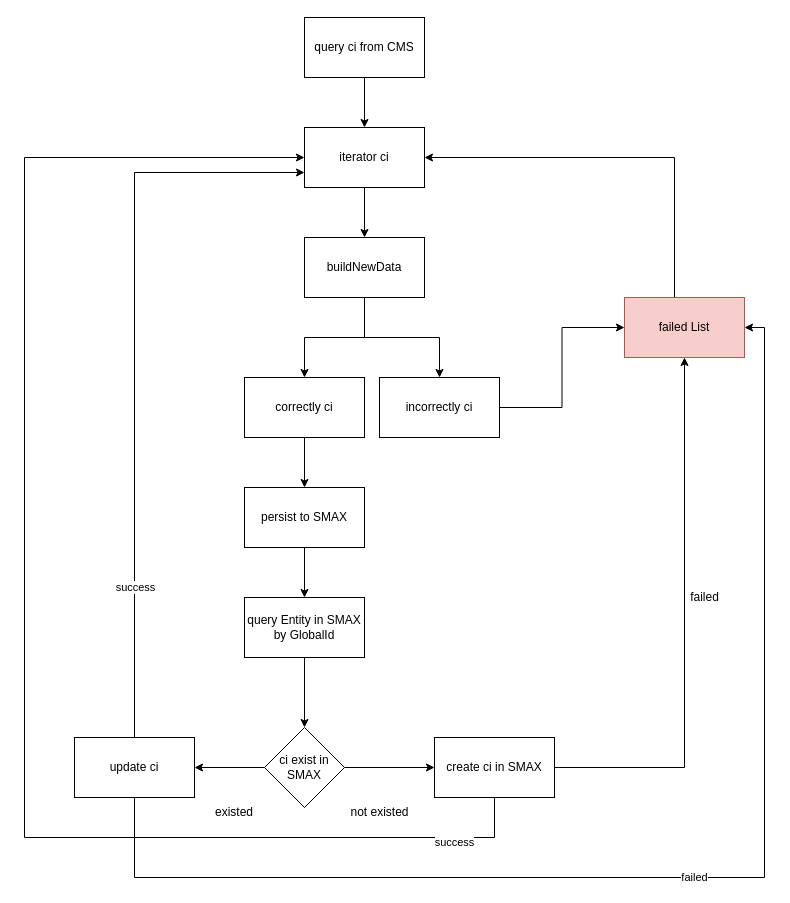
Before: cms2smax.drawio in Skylar-shanghai/diagrams, a draw.io diagram. Source tidied: cells renumbered, new cells numbered last; positions are measured from the earlier drawing's top-left corner, leaving out a move shared by most shapes. Both pictures are drawn from the tidied source at 100%, with x=0, y=0 at pixel (24, 17).
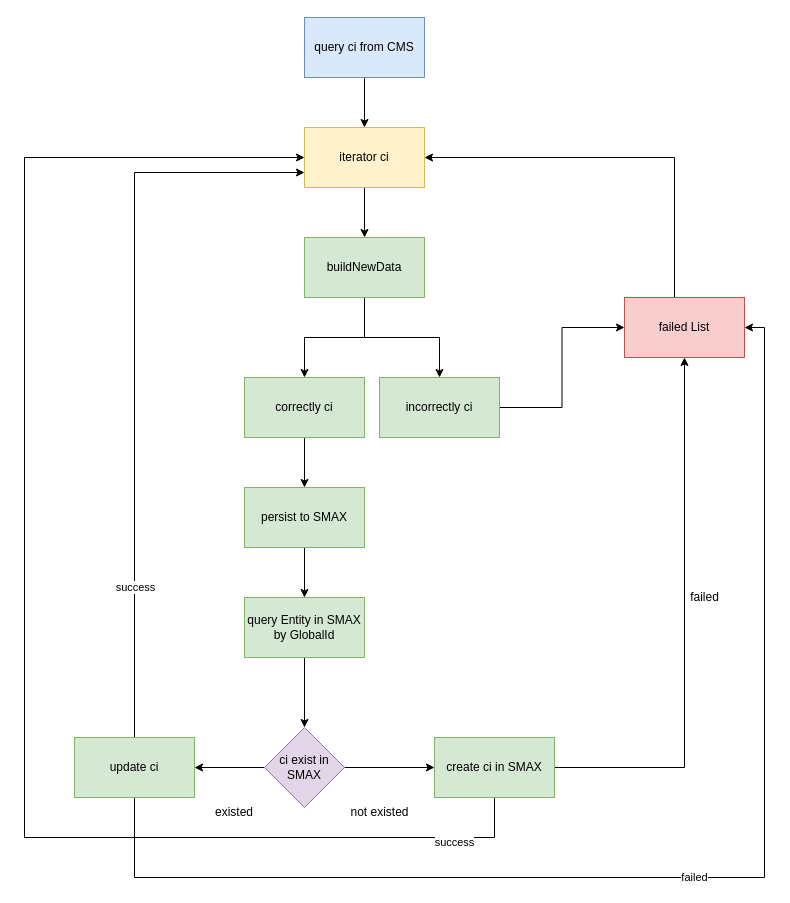
The same diagram, later.

The edit, as a diff of the source:
```diff
@@
-    <mxCell id="3" value="query ci from CMS" style="rounded=0;whiteSpace=wrap;html=1;" parent="1" vertex="1">
+    <mxCell id="3" value="query ci from CMS" style="rounded=0;whiteSpace=wrap;html=1;fillColor=#dae8fc;strokeColor=#6c8ebf;" parent="1" vertex="1">
       <mxGeometry x="280" width="120" height="60" as="geometry" />
     </mxCell>
@@
-    <mxCell id="5" value="iterator ci" style="rounded=0;whiteSpace=wrap;html=1;" parent="1" vertex="1">
+    <mxCell id="5" value="iterator ci" style="rounded=0;whiteSpace=wrap;html=1;fillColor=#fff2cc;strokeColor=#d6b656;" parent="1" vertex="1">
       <mxGeometry x="280" y="110" width="120" height="60" as="geometry" />
     </mxCell>
@@
-    <mxCell id="8" value="buildNewData" style="rounded=0;whiteSpace=wrap;html=1;" parent="1" vertex="1">
+    <mxCell id="8" value="buildNewData" style="rounded=0;whiteSpace=wrap;html=1;fillColor=#d5e8d4;strokeColor=#82b366;" parent="1" vertex="1">
       <mxGeometry x="280" y="220" width="120" height="60" as="geometry" />
     </mxCell>
@@
-    <mxCell id="10" value="correctly ci" style="rounded=0;whiteSpace=wrap;html=1;" parent="1" vertex="1">
+    <mxCell id="10" value="correctly ci" style="rounded=0;whiteSpace=wrap;html=1;fillColor=#d5e8d4;strokeColor=#82b366;" parent="1" vertex="1">
       <mxGeometry x="220" y="360" width="120" height="60" as="geometry" />
     </mxCell>
@@
-    <mxCell id="12" value="incorrectly ci" style="rounded=0;whiteSpace=wrap;html=1;" parent="1" vertex="1">
+    <mxCell id="12" value="incorrectly ci" style="rounded=0;whiteSpace=wrap;html=1;fillColor=#d5e8d4;strokeColor=#82b366;" parent="1" vertex="1">
       <mxGeometry x="355" y="360" width="120" height="60" as="geometry" />
     </mxCell>
@@
-    <mxCell id="16" value="persist to SMAX" style="rounded=0;whiteSpace=wrap;html=1;" parent="1" vertex="1">
+    <mxCell id="16" value="persist to SMAX" style="rounded=0;whiteSpace=wrap;html=1;fillColor=#d5e8d4;strokeColor=#82b366;" parent="1" vertex="1">
       <mxGeometry x="220" y="470" width="120" height="60" as="geometry" />
     </mxCell>
@@
-    <mxCell id="18" value="query Entity in SMAX by GlobalId" style="rounded=0;whiteSpace=wrap;html=1;" parent="1" vertex="1">
+    <mxCell id="18" value="query Entity in SMAX by GlobalId" style="rounded=0;whiteSpace=wrap;html=1;fillColor=#d5e8d4;strokeColor=#82b366;" parent="1" vertex="1">
       <mxGeometry x="220" y="580" width="120" height="60" as="geometry" />
     </mxCell>
@@
-    <mxCell id="21" value="ci exist in SMAX" style="rhombus;whiteSpace=wrap;html=1;rounded=0;" parent="1" vertex="1">
+    <mxCell id="21" value="ci exist in SMAX" style="rhombus;whiteSpace=wrap;html=1;rounded=0;fillColor=#e1d5e7;strokeColor=#9673a6;" parent="1" vertex="1">
       <mxGeometry x="240" y="710" width="80" height="80" as="geometry" />
     </mxCell>
@@
-    <mxCell id="25" value="update ci" style="whiteSpace=wrap;html=1;rounded=0;" parent="1" vertex="1">
+    <mxCell id="25" value="update ci" style="whiteSpace=wrap;html=1;rounded=0;fillColor=#d5e8d4;strokeColor=#82b366;" parent="1" vertex="1">
       <mxGeometry x="50" y="720" width="120" height="60" as="geometry" />
     </mxCell>
@@
-    <mxCell id="30" value="create ci in SMAX" style="whiteSpace=wrap;html=1;rounded=0;" parent="1" vertex="1">
+    <mxCell id="30" value="create ci in SMAX" style="whiteSpace=wrap;html=1;rounded=0;fillColor=#d5e8d4;strokeColor=#82b366;" parent="1" vertex="1">
       <mxGeometry x="410" y="720" width="120" height="60" as="geometry" />
     </mxCell>
```
